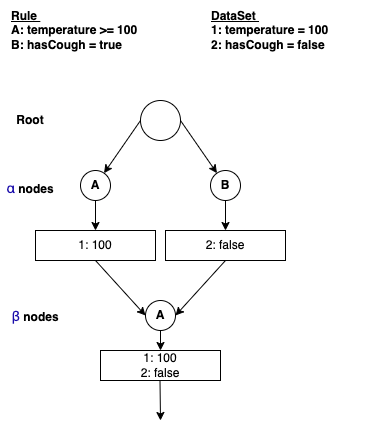
Before: research/rete-algo.png, a diagram exported from draw.io (vensr/rete-algorithm). Source tidied: cells renumbered, new cells last; positions are measured from the earlier drawing's top-left corner, leaving out a move shared by most shapes. The source it was exported from:
```xml
<mxGraphModel background="#FFFFFF">
  <root>
    <mxCell id="0" />
    <mxCell id="1" parent="0" />
    <mxCell id="2" style="group;" parent="1" vertex="1">
      <mxGeometry width="379" height="420" as="geometry" />
    </mxCell>
    <mxCell id="3" style="ellipse;whiteSpace=wrap;html=1;" parent="2" vertex="1">
      <mxGeometry x="140" y="100" width="40" height="40" as="geometry" />
    </mxCell>
    <mxCell id="4" value="Root" style="text;html=1;strokeColor=none;fillColor=none;align=center;verticalAlign=middle;whiteSpace=wrap;rounded=0;fontStyle=1;" parent="2" vertex="1">
      <mxGeometry y="105" width="60" height="30" as="geometry" />
    </mxCell>
    <mxCell id="5" value="&lt;u&gt;Rule&amp;nbsp;&lt;/u&gt;&lt;br&gt;A: temperature &amp;gt;= 100&lt;br&gt;B: hasCough = true" style="text;html=1;strokeColor=none;fillColor=none;align=left;verticalAlign=middle;whiteSpace=wrap;rounded=0;fontStyle=1;" parent="2" vertex="1">
      <mxGeometry x="9" width="170" height="60" as="geometry" />
    </mxCell>
    <mxCell id="6" value="&lt;u&gt;DataSet&amp;nbsp;&lt;br&gt;&lt;/u&gt;1: temperature = 100&lt;br&gt;2: hasCough = false" style="text;html=1;strokeColor=none;fillColor=none;align=left;verticalAlign=middle;whiteSpace=wrap;rounded=0;fontStyle=1;" parent="2" vertex="1">
      <mxGeometry x="209" width="170" height="60" as="geometry" />
    </mxCell>
    <mxCell id="7" value="A" style="ellipse;whiteSpace=wrap;html=1;fontStyle=1;" parent="2" vertex="1">
      <mxGeometry x="80" y="170" width="30" height="30" as="geometry" />
    </mxCell>
    <mxCell id="8" style="rounded=0;jettySize=auto;html=1;exitX=0;exitY=0.5;exitDx=0;exitDy=0;" parent="2" edge="1" source="3" target="7">
      <mxGeometry relative="1" as="geometry" />
    </mxCell>
    <mxCell id="9" value="&lt;font style=&quot;font-size: 12px;&quot;&gt;&lt;a style=&quot;color: rgb(26, 13, 171); text-decoration-line: none; -webkit-tap-highlight-color: rgba(0, 0, 0, 0.1); outline: 0px; font-weight: 400; text-align: left; background-color: rgb(255, 255, 255);&quot; href=&quot;https://www.avantixlearning.ca/microsoft-word/how-to-insert-or-type-the-alpha-symbol-word-%CE%B1/#:~:text=Using%20an%20Alt%20keyboard%20shortcut,or%20capital%20letter%20Alpha%20(%CE%91)&quot;&gt;&lt;h3 style=&quot;font-weight: 400; margin: 0px; padding: 5px 0px 0px; line-height: 26px; display: inline-block;&quot; class=&quot;LC20lb MBeuO DKV0Md&quot;&gt;α&lt;/h3&gt;&lt;/a&gt;&amp;nbsp;nodes&lt;/font&gt;" style="text;html=1;strokeColor=none;fillColor=none;align=center;verticalAlign=middle;whiteSpace=wrap;rounded=0;fontStyle=1;" parent="2" vertex="1">
      <mxGeometry y="170" width="60" height="30" as="geometry" />
    </mxCell>
    <mxCell id="10" value="B" style="ellipse;whiteSpace=wrap;html=1;fontStyle=1;" parent="2" vertex="1">
      <mxGeometry x="210" y="170" width="30" height="30" as="geometry" />
    </mxCell>
    <mxCell id="11" style="rounded=0;jettySize=auto;html=1;exitX=1;exitY=0.5;exitDx=0;exitDy=0;" parent="2" edge="1" source="3" target="10">
      <mxGeometry relative="1" as="geometry" />
    </mxCell>
    <mxCell id="12" value="1: 100" style="rounded=0;whiteSpace=wrap;html=1;" parent="2" vertex="1">
      <mxGeometry x="35" y="230" width="120" height="30" as="geometry" />
    </mxCell>
    <mxCell id="13" style="edgeStyle=orthogonalEdgeStyle;rounded=0;jettySize=auto;html=1;exitX=0.5;exitY=1;exitDx=0;exitDy=0;entryX=0.5;entryY=0;entryDx=0;entryDy=0;" parent="2" edge="1" source="7" target="12">
      <mxGeometry relative="1" as="geometry" />
    </mxCell>
    <mxCell id="14" value="2: false" style="rounded=0;whiteSpace=wrap;html=1;" parent="2" vertex="1">
      <mxGeometry x="165" y="230" width="120" height="30" as="geometry" />
    </mxCell>
    <mxCell id="15" style="edgeStyle=orthogonalEdgeStyle;rounded=0;jettySize=auto;html=1;exitX=0.5;exitY=1;exitDx=0;exitDy=0;entryX=0.5;entryY=0;entryDx=0;entryDy=0;" parent="2" edge="1" source="10" target="14">
      <mxGeometry relative="1" as="geometry" />
    </mxCell>
    <mxCell id="16" value="A" style="ellipse;whiteSpace=wrap;html=1;fontStyle=1;" parent="2" vertex="1">
      <mxGeometry x="145" y="300" width="30" height="30" as="geometry" />
    </mxCell>
    <mxCell id="17" style="rounded=0;jettySize=auto;html=1;exitX=0.5;exitY=1;exitDx=0;exitDy=0;entryX=0;entryY=0.5;entryDx=0;entryDy=0;" parent="2" edge="1" source="12" target="16">
      <mxGeometry relative="1" as="geometry" />
    </mxCell>
    <mxCell id="18" style="rounded=0;jettySize=auto;html=1;exitX=0.5;exitY=1;exitDx=0;exitDy=0;entryX=1;entryY=0.5;entryDx=0;entryDy=0;" parent="2" edge="1" source="14" target="16">
      <mxGeometry relative="1" as="geometry" />
    </mxCell>
    <mxCell id="19" value="&lt;font style=&quot;font-size: 12px;&quot;&gt;&lt;a style=&quot;color: rgb(26, 13, 171); text-decoration-line: none; -webkit-tap-highlight-color: rgba(0, 0, 0, 0.1); outline: 0px; font-weight: 400; text-align: left; background-color: rgb(255, 255, 255);&quot; href=&quot;https://www.avantixlearning.ca/microsoft-word/insert-or-type-the-beta-symbol-in-word-%CE%B2-or-%CE%B2/&quot;&gt;&lt;h3 style=&quot;font-weight: 400; margin: 0px 0px 3px; padding: 5px 0px 0px; line-height: 1.3; display: inline-block;&quot; class=&quot;LC20lb MBeuO DKV0Md&quot;&gt;β&lt;/h3&gt;&lt;/a&gt;&amp;nbsp;nodes&lt;/font&gt;" style="text;html=1;strokeColor=none;fillColor=none;align=center;verticalAlign=middle;whiteSpace=wrap;rounded=0;fontStyle=1;" parent="2" vertex="1">
      <mxGeometry x="5" y="300" width="60" height="30" as="geometry" />
    </mxCell>
    <mxCell id="20" value="1: 100&lt;br&gt;2: false" style="rounded=0;whiteSpace=wrap;html=1;" parent="2" vertex="1">
      <mxGeometry x="100" y="350" width="120" height="30" as="geometry" />
    </mxCell>
    <mxCell id="21" style="edgeStyle=none;rounded=0;jettySize=auto;html=1;exitX=0.5;exitY=1;exitDx=0;exitDy=0;entryX=0.5;entryY=0;entryDx=0;entryDy=0;fontFamily=Helvetica;fontSize=12;" parent="2" edge="1" source="16" target="20">
      <mxGeometry relative="1" as="geometry" />
    </mxCell>
    <mxCell id="22" style="endArrow=classic;html=1;rounded=0;fontFamily=Helvetica;fontSize=12;" parent="2" edge="1">
      <mxGeometry relative="1" as="geometry">
        <mxPoint x="159.5" y="380" as="sourcePoint" />
        <mxPoint x="160" y="420" as="targetPoint" />
      </mxGeometry>
    </mxCell>
  </root>
</mxGraphModel>
```
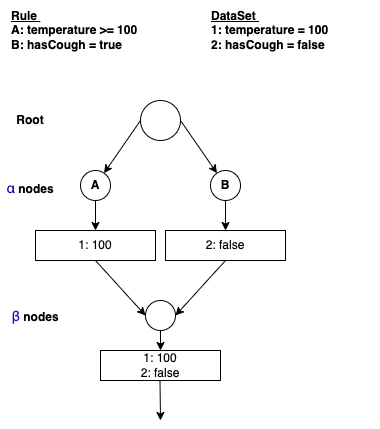
Above is the later version.

Change to the diagram source:
```diff
@@ -44,7 +44,7 @@
     <mxCell id="15" style="edgeStyle=orthogonalEdgeStyle;rounded=0;jettySize=auto;html=1;exitX=0.5;exitY=1;exitDx=0;exitDy=0;entryX=0.5;entryY=0;entryDx=0;entryDy=0;" parent="2" edge="1" source="10" target="14">
       <mxGeometry relative="1" as="geometry" />
     </mxCell>
-    <mxCell id="16" value="A" style="ellipse;whiteSpace=wrap;html=1;fontStyle=1;" parent="2" vertex="1">
+    <mxCell id="16" style="ellipse;whiteSpace=wrap;html=1;fontStyle=1;" parent="2" vertex="1">
       <mxGeometry x="145" y="300" width="30" height="30" as="geometry" />
     </mxCell>
     <mxCell id="17" style="rounded=0;jettySize=auto;html=1;exitX=0.5;exitY=1;exitDx=0;exitDy=0;entryX=0;entryY=0.5;entryDx=0;entryDy=0;" parent="2" edge="1" source="12" target="16">
```
